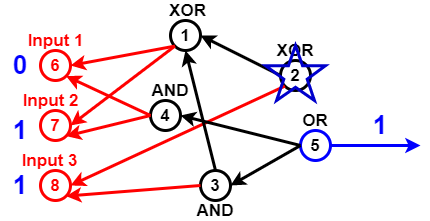
sara1024/-CCF201412-2-Z- keeps this draw.io diagram as Untitled Diagram.png. Above is the earlier version. Source tidied: cells renumbered, new cells last; positions are measured from the earlier drawing's top-left corner, leaving out a move shared by most shapes.
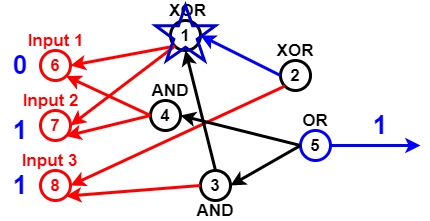
The same diagram one commit later.

Diff of the diagram source:
```diff
@@ -53,7 +53,7 @@
     <mxCell id="18" style="endArrow=classic;html=1;strokeWidth=3;fontSize=17;fontColor=#000000;entryX=0.5;entryY=1;entryDx=0;entryDy=0;exitX=0.5;exitY=0;exitDx=0;exitDy=0;" parent="1" edge="1" source="11" target="5">
       <mxGeometry relative="1" as="geometry" />
     </mxCell>
-    <mxCell id="19" style="endArrow=classic;html=1;strokeWidth=3;fontSize=17;entryX=1;entryY=0.5;entryDx=0;entryDy=0;exitX=0;exitY=0.5;exitDx=0;exitDy=0;" parent="1" edge="1" source="13" target="5">
+    <mxCell id="19" style="endArrow=classic;html=1;strokeWidth=3;fontSize=17;entryX=1;entryY=0.5;entryDx=0;entryDy=0;exitX=0;exitY=0.5;exitDx=0;exitDy=0;strokeColor=#0000FF;" parent="1" edge="1" source="13" target="5">
       <mxGeometry relative="1" as="geometry" />
     </mxCell>
     <mxCell id="20" value="XOR" style="text;html=1;strokeColor=none;fillColor=none;align=center;verticalAlign=middle;whiteSpace=wrap;rounded=0;fontSize=17;fontColor=#000000;fontStyle=1;" parent="1" vertex="1">
@@ -98,7 +98,7 @@
       </mxGeometry>
     </mxCell>
     <mxCell id="33" style="verticalLabelPosition=bottom;verticalAlign=top;html=1;shape=mxgraph.basic.star;strokeWidth=3;fillColor=none;gradientColor=none;fontSize=26;fontColor=#0000FF;strokeColor=#0000CC;" parent="1" vertex="1">
-      <mxGeometry x="265" y="45" width="60" height="55" as="geometry" />
+      <mxGeometry x="155" y="5" width="60" height="55" as="geometry" />
     </mxCell>
   </root>
 </mxGraphModel>
```
